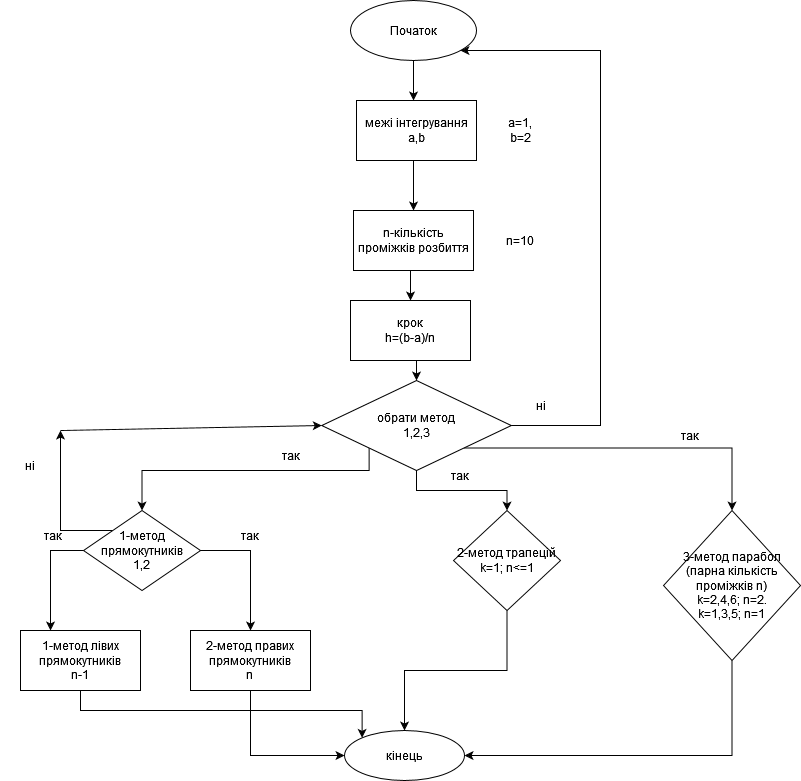
The draw.io diagram Untitled Diagram.drawio.png in VolodymyrLutskevych-PE-12/Lab_2_Volodymyr-Lutskevych_PE-12_-1-, before a commit. Source tidied: cells renumbered, new cells last; positions are measured from the earlier drawing's top-left corner, leaving out a move shared by most shapes.
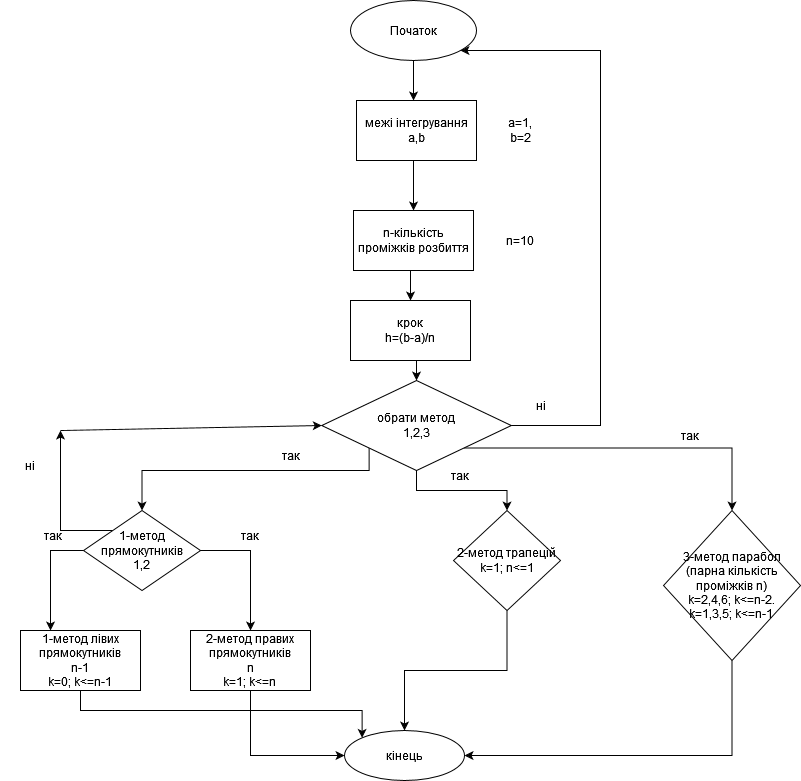
Above is the later version.

What changed in the source:
```diff
@@ -39,19 +39,19 @@
     <mxCell id="11" style="edgeStyle=orthogonalEdgeStyle;rounded=0;jettySize=auto;html=1;exitX=0.5;exitY=1;exitDx=0;exitDy=0;entryX=1;entryY=0.5;entryDx=0;entryDy=0;" parent="1" edge="1" source="12" target="21">
       <mxGeometry relative="1" as="geometry" />
     </mxCell>
-    <mxCell id="12" value="&lt;div&gt;3-метод парабол&lt;/div&gt;&lt;div&gt;(парна кількість проміжків n) &lt;br&gt;&lt;/div&gt;&lt;div&gt;k=2,4,6; n=2.&lt;/div&gt;&lt;div&gt;k=1,3,5; n=1&lt;br&gt; &lt;/div&gt;" style="rhombus;whiteSpace=wrap;html=1;" parent="1" vertex="1">
+    <mxCell id="12" value="&lt;div&gt;3-метод парабол&lt;/div&gt;&lt;div&gt;(парна кількість проміжків n) &lt;br&gt;&lt;/div&gt;&lt;div&gt;k=2,4,6; k&amp;lt;=n-2.&lt;/div&gt;&lt;div&gt;k=1,3,5; k&amp;lt;=n-1&lt;br&gt; &lt;/div&gt;" style="rhombus;whiteSpace=wrap;html=1;" parent="1" vertex="1">
       <mxGeometry x="663" y="510" width="137" height="150" as="geometry" />
     </mxCell>
     <mxCell id="13" style="edgeStyle=orthogonalEdgeStyle;rounded=0;jettySize=auto;html=1;exitX=0.5;exitY=1;exitDx=0;exitDy=0;entryX=0;entryY=0;entryDx=0;entryDy=0;" parent="1" edge="1" source="14" target="21">
       <mxGeometry relative="1" as="geometry" />
     </mxCell>
-    <mxCell id="14" value="&lt;div&gt;1-метод лівих прямокутників&lt;/div&gt;&lt;div&gt;n-1&lt;br&gt;&lt;/div&gt;" style="rounded=0;whiteSpace=wrap;html=1;" parent="1" vertex="1">
+    <mxCell id="14" value="&lt;div&gt;1-метод лівих прямокутників&lt;/div&gt;&lt;div&gt;n-1&lt;/div&gt;&lt;div&gt;k=0; k&amp;lt;=n-1&lt;br&gt;&lt;/div&gt;" style="rounded=0;whiteSpace=wrap;html=1;" parent="1" vertex="1">
       <mxGeometry x="20" y="630" width="120" height="60" as="geometry" />
     </mxCell>
     <mxCell id="15" style="edgeStyle=orthogonalEdgeStyle;rounded=0;jettySize=auto;html=1;exitX=0.5;exitY=1;exitDx=0;exitDy=0;entryX=0;entryY=0.5;entryDx=0;entryDy=0;" parent="1" edge="1" source="16" target="21">
       <mxGeometry relative="1" as="geometry" />
     </mxCell>
-    <mxCell id="16" value="&lt;div&gt;2-метод правих прямокутників&lt;/div&gt;&lt;div&gt;n&lt;br&gt;&lt;/div&gt;" style="rounded=0;whiteSpace=wrap;html=1;" parent="1" vertex="1">
+    <mxCell id="16" value="&lt;div&gt;2-метод правих прямокутників&lt;/div&gt;&lt;div&gt;n&lt;/div&gt;&lt;div&gt;k=1; k&amp;lt;=n&lt;br&gt;&lt;/div&gt;" style="rounded=0;whiteSpace=wrap;html=1;" parent="1" vertex="1">
       <mxGeometry x="190" y="630" width="120" height="60" as="geometry" />
     </mxCell>
     <mxCell id="17" value="а=1, b=2" style="text;html=1;strokeColor=none;fillColor=none;align=center;verticalAlign=middle;whiteSpace=wrap;rounded=0;" parent="1" vertex="1">
```
